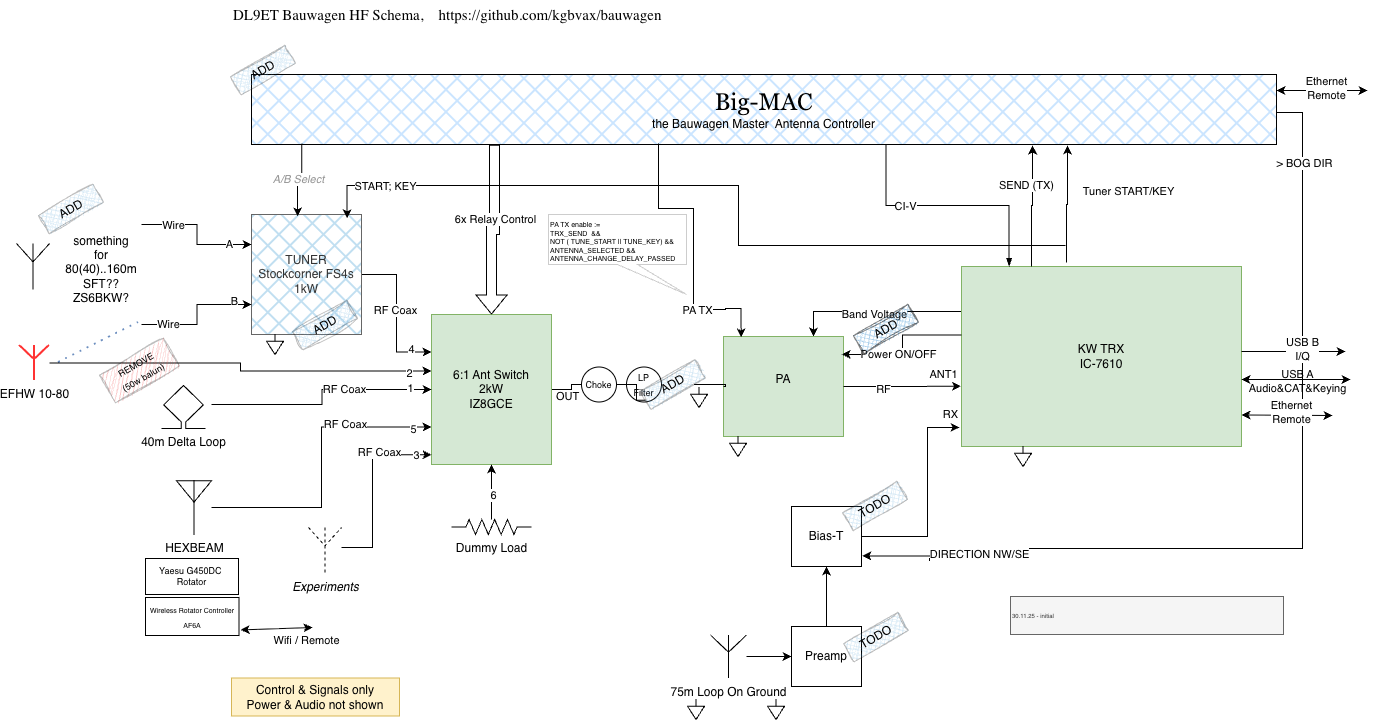
This is BauwagenHF.drawio.png from kgbvax/bauwagen, a draw.io export, as it was before one commit. Source tidied: cells renumbered, new cells last; positions are measured from the earlier drawing's top-left corner, leaving out a move shared by most shapes.
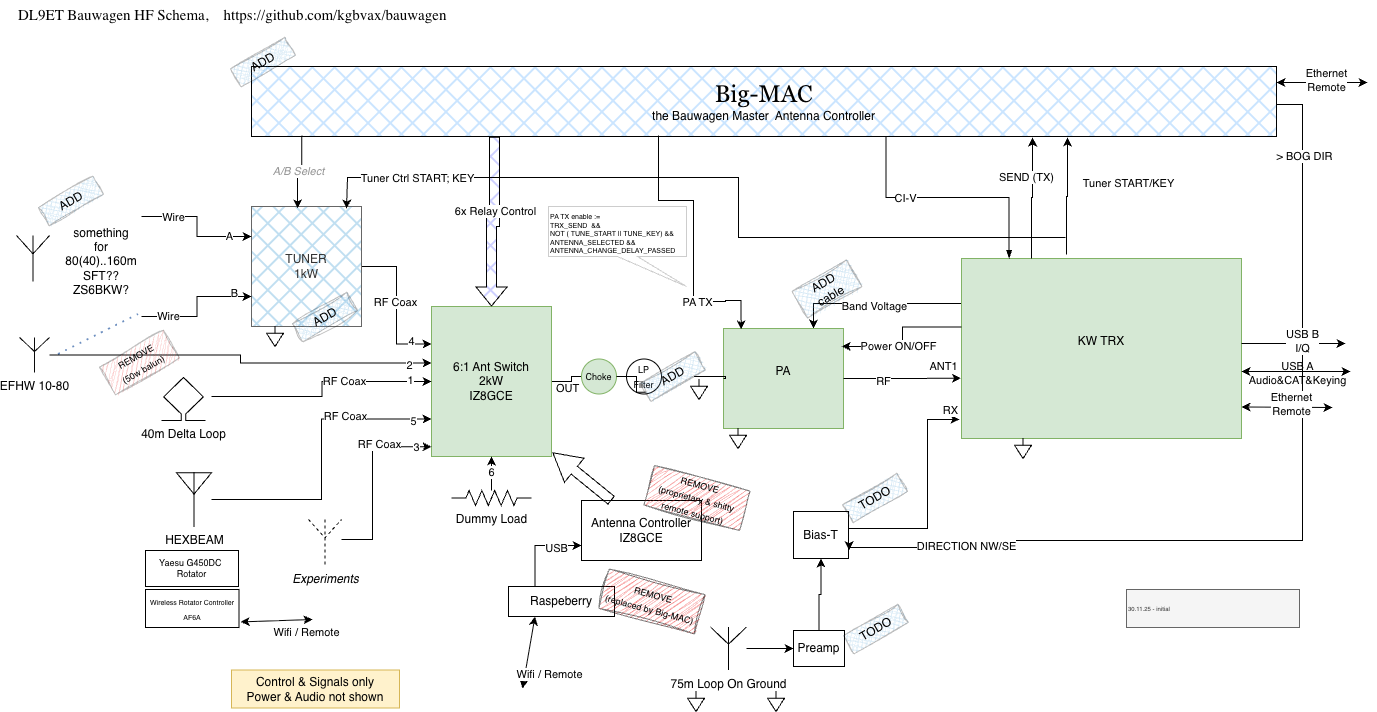
Later version of the same file.

Commit message:
antenne ctrl

Change to the diagram source:
```diff
@@ -8,7 +8,7 @@
     <mxCell id="3" value="Band Voltage" style="edgeLabel;html=1;align=center;verticalAlign=middle;" parent="2" vertex="1">
       <mxGeometry x="0.02" y="2" relative="1" as="geometry" />
     </mxCell>
-    <mxCell id="4" value="KW TRX&lt;br&gt;IC-7610" style="rounded=0;whiteSpace=wrap;html=1;fillColor=#d5e8d4;strokeColor=#82b366;points=[[0,0,0,0,0],[0,0.25,0,0,0],[0,0.5,0,0,0],[0,0.75,0,0,0],[0,1,0,0,0],[0.17,0,0,0,0],[0.25,0,0,0,0],[0.25,1,0,0,0],[0.33,0,0,0,0],[0.42,0,0,0,0],[0.5,0,0,0,0],[0.5,1,0,0,0],[0.6,0,0,0,0],[0.67,0,0,0,0],[0.75,0,0,0,0],[0.75,1,0,0,0],[1,0,0,0,0],[1,0.25,0,0,0],[1,0.5,0,0,0],[1,0.75,0,0,0],[1,1,0,0,0]];" parent="1" vertex="1">
+    <mxCell id="4" value="KW TRX&lt;div&gt;&lt;br/&gt;&lt;/div&gt;" style="rounded=0;whiteSpace=wrap;html=1;fillColor=#d5e8d4;strokeColor=#82b366;points=[[0,0,0,0,0],[0,0.25,0,0,0],[0,0.5,0,0,0],[0,0.75,0,0,0],[0,1,0,0,0],[0.17,0,0,0,0],[0.25,0,0,0,0],[0.25,1,0,0,0],[0.33,0,0,0,0],[0.42,0,0,0,0],[0.5,0,0,0,0],[0.5,1,0,0,0],[0.6,0,0,0,0],[0.67,0,0,0,0],[0.75,0,0,0,0],[0.75,1,0,0,0],[1,0,0,0,0],[1,0.25,0,0,0],[1,0.5,0,0,0],[1,0.75,0,0,0],[1,1,0,0,0]];" parent="1" vertex="1">
       <mxGeometry x="945" y="266" width="280" height="180" as="geometry" />
     </mxCell>
     <mxCell id="5" style="edgeStyle=orthogonalEdgeStyle;rounded=0;jettySize=auto;html=1;entryX=0;entryY=0.5;entryDx=0;entryDy=0;endArrow=none;endFill=0;" parent="1" edge="1" source="7" target="70">
@@ -39,7 +39,7 @@
     <mxCell id="12" value="RF Coax" style="edgeLabel;html=1;align=center;verticalAlign=middle;" parent="10" vertex="1">
       <mxGeometry x="-0.05" y="-2" relative="1" as="geometry" />
     </mxCell>
-    <mxCell id="13" value="TUNER&lt;br&gt;Stockcorner FS4s&lt;br&gt;1kW" style="rounded=0;whiteSpace=wrap;html=1;fillColor=light-dark(#0d81c9, #003737);strokeColor=#666666;fontColor=#333333;fillStyle=cross-hatch;" parent="1" vertex="1">
+    <mxCell id="13" value="TUNER&lt;br&gt;1kW" style="rounded=0;whiteSpace=wrap;html=1;fillColor=light-dark(#0d81c9, #003737);strokeColor=#666666;fontColor=#333333;fillStyle=cross-hatch;" parent="1" vertex="1">
       <mxGeometry x="235" y="214" width="110" height="120" as="geometry" />
     </mxCell>
     <mxCell id="14" style="edgeStyle=orthogonalEdgeStyle;rounded=0;jettySize=auto;html=1;entryX=0;entryY=0.75;entryDx=0;entryDy=0;" parent="1" edge="1" target="13">
@@ -107,7 +107,7 @@
       <mxGeometry x="-0.08" y="-1" relative="1" as="geometry" />
     </mxCell>
     <mxCell id="32" value="Dummy Load" style="verticalLabelPosition=bottom;shadow=0;dashed=0;align=center;html=1;verticalAlign=top;shape=mxgraph.electrical.resistors.resistor_2;" parent="1" vertex="1">
-      <mxGeometry x="435" y="519" width="80" height="15" as="geometry" />
+      <mxGeometry x="435" y="498" width="80" height="15" as="geometry" />
     </mxCell>
     <mxCell id="33" value="something for 80(40)..160m&lt;div&gt;&lt;div&gt;SFT??&lt;/div&gt;&lt;/div&gt;&lt;div&gt;ZS6BKW?&lt;/div&gt;" style="text;html=1;whiteSpace=wrap;strokeColor=none;fillColor=none;align=center;verticalAlign=middle;rounded=0;" parent="1" vertex="1">
       <mxGeometry x="55" y="254" width="60" height="30" as="geometry" />
@@ -125,10 +125,10 @@
       <mxGeometry relative="1" as="geometry" />
     </mxCell>
     <mxCell id="38" value="Preamp" style="rounded=0;whiteSpace=wrap;html=1;" parent="1" vertex="1">
-      <mxGeometry x="775" y="626" width="70" height="60" as="geometry" />
+      <mxGeometry x="777" y="638" width="51" height="36" as="geometry" />
     </mxCell>
     <mxCell id="39" value="Bias-T" style="rounded=0;whiteSpace=wrap;html=1;" parent="1" vertex="1">
-      <mxGeometry x="775" y="506" width="70" height="60" as="geometry" />
+      <mxGeometry x="777" y="519" width="55" height="47" as="geometry" />
     </mxCell>
     <mxCell id="40" style="edgeStyle=orthogonalEdgeStyle;rounded=0;jettySize=auto;html=1;entryX=-0.007;entryY=0.894;entryDx=0;entryDy=0;entryPerimeter=0;" parent="1" edge="1" source="39" target="4">
       <mxGeometry relative="1" as="geometry">
@@ -146,7 +146,7 @@
     <mxCell id="42" style="ellipse;whiteSpace=wrap;html=1;align=center;fillColor=none;strokeColor=none;perimeter=centerPerimeter;" parent="1" vertex="1">
       <mxGeometry x="250" y="624" width="10" height="10" as="geometry" />
     </mxCell>
-    <mxCell id="43" style="shape=flexArrow;endArrow=classic;html=1;rounded=0;entryX=0.5;entryY=0;entryDx=0;entryDy=0;edgeStyle=orthogonalEdgeStyle;exitX=0.237;exitY=1.003;exitDx=0;exitDy=0;exitPerimeter=0;" parent="1" edge="1" source="8" target="7">
+    <mxCell id="43" style="shape=flexArrow;endArrow=classic;html=1;rounded=0;entryX=0.5;entryY=0;entryDx=0;entryDy=0;edgeStyle=orthogonalEdgeStyle;exitX=0.237;exitY=1.003;exitDx=0;exitDy=0;exitPerimeter=0;fillColor=#3E48FF;fillStyle=cross-hatch;" parent="1" edge="1" source="8" target="7">
       <mxGeometry relative="1" as="geometry" />
     </mxCell>
     <mxCell id="44" value="6x Relay Control" style="edgeLabel;html=1;align=center;verticalAlign=middle;" parent="43" vertex="1">
@@ -246,7 +246,7 @@
         <mxPoint x="-13" as="offset" />
       </mxGeometry>
     </mxCell>
-    <mxCell id="63" style="endArrow=classic;html=1;rounded=0;entryX=0.869;entryY=0.032;entryDx=0;entryDy=0;entryPerimeter=0;edgeStyle=orthogonalEdgeStyle;" parent="1" edge="1" target="13">
+    <mxCell id="63" style="endArrow=classic;html=1;rounded=0;edgeStyle=orthogonalEdgeStyle;entryX=0.864;entryY=0.017;entryDx=0;entryDy=0;entryPerimeter=0;" parent="1" edge="1" target="13">
       <mxGeometry relative="1" as="geometry">
         <mxPoint x="1049" y="245" as="sourcePoint" />
         <Array as="points">
@@ -256,9 +256,9 @@
         </Array>
       </mxGeometry>
     </mxCell>
-    <mxCell id="64" value="START; KEY" style="edgeLabel;html=1;align=center;verticalAlign=middle;" parent="63" vertex="1">
+    <mxCell id="64" value="Tuner Ctrl START; KEY" style="edgeLabel;html=1;align=center;verticalAlign=middle;" parent="63" vertex="1">
       <mxGeometry x="0.88" y="4" relative="1" as="geometry">
-        <mxPoint x="20" y="-4" as="offset" />
+        <mxPoint x="49" y="-4" as="offset" />
       </mxGeometry>
     </mxCell>
     <mxCell id="65" value="Control &amp;amp; Signals only&lt;br&gt;Power &amp;amp; Audio not shown" style="rounded=0;whiteSpace=wrap;html=1;fillColor=#fff2cc;strokeColor=#d6b656;" parent="1" vertex="1">
@@ -284,7 +284,7 @@
     <mxCell id="69" style="edgeStyle=orthogonalEdgeStyle;rounded=0;jettySize=auto;html=1;entryX=0;entryY=0.5;entryDx=0;entryDy=0;endArrow=none;endFill=0;" parent="1" edge="1" source="103" target="9">
       <mxGeometry relative="1" as="geometry" />
     </mxCell>
-    <mxCell id="70" value="&lt;font style=&quot;font-size: 9px;&quot;&gt;Choke&lt;/font&gt;" style="ellipse;whiteSpace=wrap;html=1;" parent="1" vertex="1">
+    <mxCell id="70" value="&lt;font style=&quot;font-size: 9px;&quot;&gt;Choke&lt;/font&gt;" style="ellipse;whiteSpace=wrap;html=1;fillColor=#d5e8d4;strokeColor=#82b366;" parent="1" vertex="1">
       <mxGeometry x="565" y="366.5" width="35" height="35" as="geometry" />
     </mxCell>
     <mxCell id="71" style="verticalLabelPosition=bottom;shadow=0;dashed=0;align=center;html=1;verticalAlign=top;shape=mxgraph.electrical.radio.aerial_-_antenna_1;" parent="1" vertex="1">
@@ -331,7 +331,7 @@
         <mxPoint x="21" y="13" as="offset" />
       </mxGeometry>
     </mxCell>
-    <mxCell id="81" value="EFHW 10-80" style="verticalLabelPosition=bottom;shadow=0;align=center;html=1;verticalAlign=top;shape=mxgraph.electrical.radio.aerial_-_antenna_1;gradientColor=none;fillStyle=zigzag-line;fillColor=light-dark(#e60f0f, #ededed);gradientDirection=west;strokeColor=#FF3333;strokeWidth=2;" parent="1" vertex="1">
+    <mxCell id="81" value="EFHW 10-80" style="verticalLabelPosition=bottom;shadow=0;align=center;html=1;verticalAlign=top;shape=mxgraph.electrical.radio.aerial_-_antenna_1;gradientColor=none;fillStyle=zigzag-line;fillColor=light-dark(#e60f0f, #ededed);gradientDirection=west;strokeColor=light-dark(#0a0a0a, #ff7777);strokeWidth=1;" parent="1" vertex="1">
       <mxGeometry x="3" y="345" width="30" height="35" as="geometry" />
     </mxCell>
     <mxCell id="82" style="edgeStyle=orthogonalEdgeStyle;rounded=0;jettySize=auto;html=1;entryX=0;entryY=0.377;entryDx=0;entryDy=0;entryPerimeter=0;" parent="1" edge="1" source="81" target="7">
@@ -368,7 +368,7 @@
       <mxGeometry x="250" y="334" width="17" height="20" as="geometry" />
     </mxCell>
     <mxCell id="93" value="DL9ET Bauwagen HF Schema,&amp;nbsp; &amp;nbsp; https://github.com/kgbvax/bauwagen" style="text;html=1;whiteSpace=wrap;strokeColor=none;fillColor=none;align=left;verticalAlign=middle;rounded=0;fontSize=15;fontFamily=Garamond;" parent="1" vertex="1">
-      <mxGeometry x="215" width="877" height="30" as="geometry" />
+      <mxGeometry y="8" width="877" height="30" as="geometry" />
     </mxCell>
     <mxCell id="94" value="ADD" style="text;html=1;whiteSpace=wrap;strokeColor=default;fillColor=light-dark(#60a5d9, #ededed);align=center;verticalAlign=middle;rounded=0;rotation=-30;fillStyle=cross-hatch;sketch=1;curveFitting=1;jiggle=2;opacity=25;" parent="1" vertex="1">
       <mxGeometry x="23" y="198" width="63" height="21" as="geometry" />
@@ -385,11 +385,11 @@
     <mxCell id="98" value="&lt;font style=&quot;font-size: 9px;&quot;&gt;LP&lt;br&gt;Filter&lt;/font&gt;" style="ellipse;whiteSpace=wrap;html=1;" parent="1" vertex="1">
       <mxGeometry x="610" y="366.5" width="35" height="35" as="geometry" />
     </mxCell>
-    <mxCell id="99" value="ADD" style="text;html=1;whiteSpace=wrap;strokeColor=default;fillColor=light-dark(#60a5d9, #ededed);align=center;verticalAlign=middle;rounded=0;rotation=-30;fillStyle=cross-hatch;sketch=1;curveFitting=1;jiggle=2;opacity=50;" parent="1" vertex="1">
-      <mxGeometry x="838" y="318" width="63" height="21" as="geometry" />
+    <mxCell id="99" value="ADD&lt;br&gt;cable" style="text;html=1;whiteSpace=wrap;strokeColor=default;fillColor=light-dark(#60a5d9, #ededed);align=center;verticalAlign=middle;rounded=0;rotation=-30;fillStyle=cross-hatch;sketch=1;curveFitting=1;jiggle=2;opacity=25;" parent="1" vertex="1">
+      <mxGeometry x="779" y="281" width="63" height="31" as="geometry" />
     </mxCell>
     <mxCell id="100" value="30.11.25 - initial" style="rounded=0;whiteSpace=wrap;html=1;align=left;fontSize=6;fillColor=#f5f5f5;fontColor=#333333;strokeColor=#666666;" parent="1" vertex="1">
-      <mxGeometry x="994" y="596" width="273" height="38" as="geometry" />
+      <mxGeometry x="1110" y="597" width="173" height="38" as="geometry" />
     </mxCell>
     <mxCell id="101" style="endArrow=none;dashed=1;html=1;dashPattern=1 3;strokeWidth=2;rounded=0;fillColor=#dae8fc;strokeColor=#6c8ebf;" parent="1" edge="1">
       <mxGeometry relative="1" as="geometry">
@@ -403,5 +403,38 @@
     <mxCell id="103" value="ADD" style="text;html=1;whiteSpace=wrap;strokeColor=default;fillColor=light-dark(#60a5d9, #ededed);align=center;verticalAlign=middle;rounded=0;rotation=-30;fillStyle=cross-hatch;sketch=1;curveFitting=1;jiggle=2;opacity=25;" parent="1" vertex="1">
       <mxGeometry x="625" y="373.5" width="63" height="21" as="geometry" />
     </mxCell>
+    <mxCell id="104" value="Antenna Controller&lt;br&gt;IZ8GCE" style="rounded=0;whiteSpace=wrap;html=1;" parent="1" vertex="1">
+      <mxGeometry x="565" y="508" width="120" height="60" as="geometry" />
+    </mxCell>
+    <mxCell id="105" style="shape=flexArrow;endArrow=classic;html=1;rounded=0;width=10;endSize=8.86;exitX=0.25;exitY=0;exitDx=0;exitDy=0;" parent="1" edge="1" source="104">
+      <mxGeometry relative="1" as="geometry">
+        <mxPoint x="536" y="460" as="targetPoint" />
+      </mxGeometry>
+    </mxCell>
+    <mxCell id="106" value="&lt;font style=&quot;font-size: 9px;&quot;&gt;REMOVE&lt;br&gt;(proprietary &amp;amp; shitty remote support)&lt;/font&gt;" style="text;html=1;whiteSpace=wrap;strokeColor=default;fillColor=light-dark(#F02828,#EDEDED);align=center;verticalAlign=middle;rounded=0;rotation=15;fillStyle=hatch;sketch=1;curveFitting=1;jiggle=2;opacity=50;" parent="1" vertex="1">
+      <mxGeometry x="631" y="485.1" width="99" height="40.8" as="geometry" />
+    </mxCell>
+    <mxCell id="107" style="edgeStyle=orthogonalEdgeStyle;rounded=0;jettySize=auto;html=1;exitX=0.25;exitY=0;exitDx=0;exitDy=0;entryX=0;entryY=0.75;entryDx=0;entryDy=0;" parent="1" edge="1" source="109" target="104">
+      <mxGeometry relative="1" as="geometry" />
+    </mxCell>
+    <mxCell id="108" value="USB" style="edgeLabel;html=1;align=center;verticalAlign=middle;" parent="107" vertex="1">
+      <mxGeometry x="0.41" y="-2" relative="1" as="geometry" />
+    </mxCell>
+    <mxCell id="109" value="Raspeberry" style="rounded=0;whiteSpace=wrap;html=1;" parent="1" vertex="1">
+      <mxGeometry x="492" y="594" width="106" height="30" as="geometry" />
+    </mxCell>
+    <mxCell id="110" style="endArrow=classic;startArrow=classic;html=1;rounded=0;exitX=0.25;exitY=1;exitDx=0;exitDy=0;" parent="1" edge="1" source="109">
+      <mxGeometry relative="1" as="geometry">
+        <mxPoint x="506" y="696" as="targetPoint" />
+      </mxGeometry>
+    </mxCell>
+    <mxCell id="111" value="Wifi / Remote" style="edgeLabel;html=1;align=center;verticalAlign=middle;" parent="110" vertex="1">
+      <mxGeometry x="0.22" y="1" relative="1" as="geometry">
+        <mxPoint x="21" y="13" as="offset" />
+      </mxGeometry>
+    </mxCell>
+    <mxCell id="112" value="&lt;font style=&quot;font-size: 9px;&quot;&gt;REMOVE&lt;br&gt;(replaced by Big-MAC)&lt;/font&gt;" style="text;html=1;whiteSpace=wrap;strokeColor=default;fillColor=light-dark(#F02828,#EDEDED);align=center;verticalAlign=middle;rounded=0;rotation=15;fillStyle=hatch;sketch=1;curveFitting=1;jiggle=2;opacity=50;" parent="1" vertex="1">
+      <mxGeometry x="586" y="588.6" width="99" height="40.8" as="geometry" />
+    </mxCell>
   </root>
 </mxGraphModel>
```
